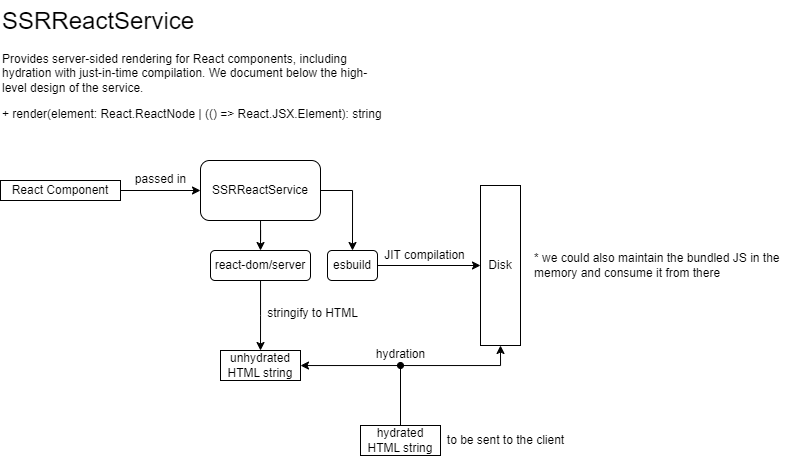
Above: diagrams/SSRReactService.drawio.png in comanlab/odin-design-diagrams (draw.io), before the change. Source tidied: cells renumbered, new cells last; positions are measured from the earlier drawing's top-left corner, leaving out a move shared by most shapes.
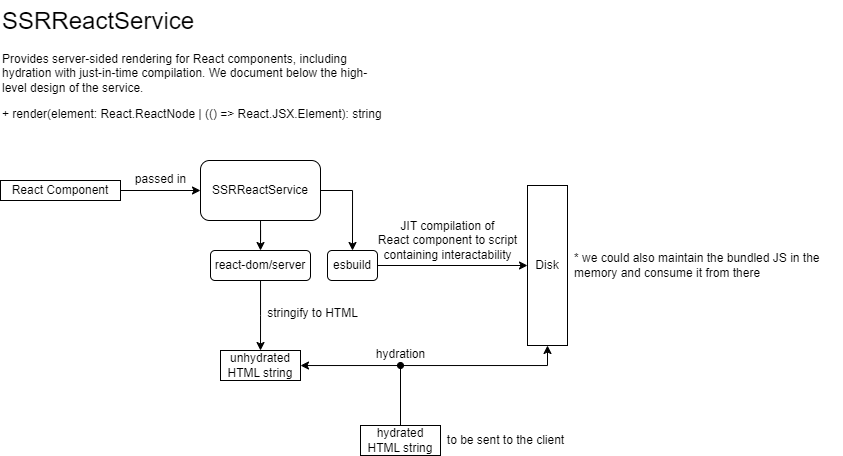
After the change.

Change to the diagram source:
```diff
@@ -12,7 +12,7 @@
       <mxGeometry y="180" width="120" height="20" as="geometry" />
     </mxCell>
     <mxCell id="5" value="Disk" style="rounded=0;whiteSpace=wrap;html=1;" parent="1" vertex="1">
-      <mxGeometry x="480" y="185" width="40" height="160" as="geometry" />
+      <mxGeometry x="527" y="185" width="40" height="160" as="geometry" />
     </mxCell>
     <mxCell id="6" style="edgeStyle=orthogonalEdgeStyle;rounded=0;jettySize=auto;html=1;entryX=0;entryY=0.5;entryDx=0;entryDy=0;" parent="1" edge="1" source="7" target="5">
       <mxGeometry relative="1" as="geometry" />
@@ -20,9 +20,6 @@
     <mxCell id="7" value="esbuild" style="rounded=1;whiteSpace=wrap;html=1;" parent="1" vertex="1">
       <mxGeometry x="327" y="250" width="50" height="30" as="geometry" />
     </mxCell>
-    <mxCell id="8" value="JIT compilation" style="text;html=1;align=center;verticalAlign=middle;strokeColor=none;fillColor=none;" parent="1" vertex="1">
-      <mxGeometry x="374" y="240" width="100" height="30" as="geometry" />
-    </mxCell>
     <mxCell id="9" style="edgeStyle=orthogonalEdgeStyle;rounded=0;jettySize=auto;html=1;" parent="1" edge="1" source="10">
       <mxGeometry relative="1" as="geometry">
         <mxPoint x="260" y="350" as="targetPoint" />
@@ -68,7 +65,10 @@
       <mxGeometry x="435" y="425" width="140" height="30" as="geometry" />
     </mxCell>
     <mxCell id="22" value="* we could also maintain the bundled JS in the&lt;div&gt;memory and consume it from there&lt;/div&gt;" style="text;html=1;align=left;verticalAlign=middle;strokeColor=none;fillColor=none;" parent="1" vertex="1">
-      <mxGeometry x="532" y="245" width="270" height="40" as="geometry" />
+      <mxGeometry x="572" y="245" width="270" height="40" as="geometry" />
     </mxCell>
+    <mxCell id="23" value="JIT compilation of&lt;div&gt;React component to script&lt;/div&gt;&lt;div&gt;containing interactability&lt;/div&gt;" style="text;html=1;align=center;verticalAlign=middle;strokeColor=none;fillColor=none;" parent="1" vertex="1">
+      <mxGeometry x="367" y="210" width="160" height="60" as="geometry" />
+    </mxCell>
   </root>
 </mxGraphModel>
```
